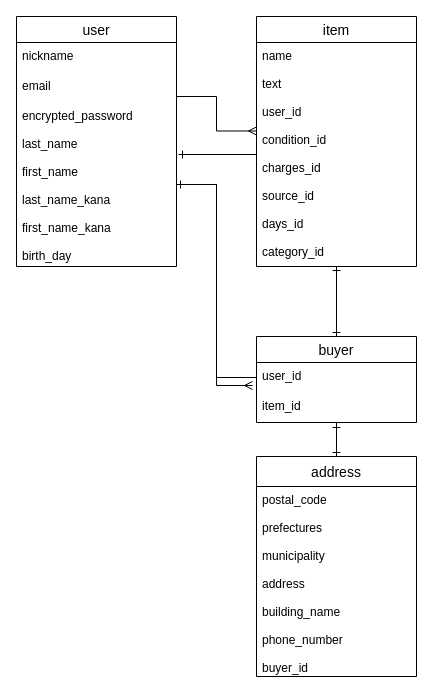
This is ER.dio from nakakou0703/furima-34877-, a draw.io file, before an edit. Source tidied: cells renumbered, new cells numbered last; positions are measured from the earlier drawing's top-left corner, leaving out a move shared by most shapes. Both pictures are drawn from the tidied source at 100%, with x=0, y=0 at pixel (16, 16).
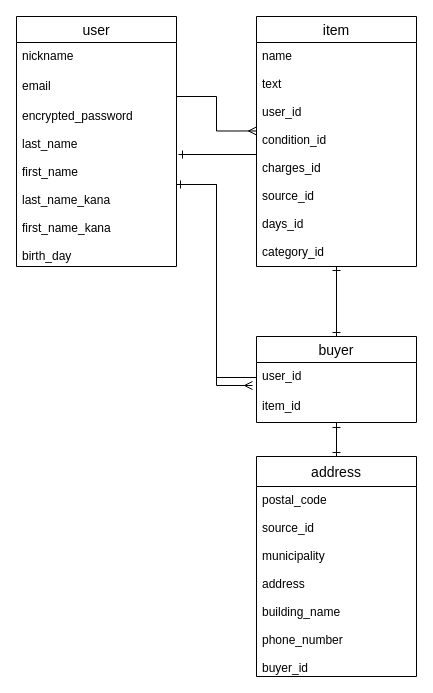
After the change.

Commit message (it also covers changes not shown here):
ER図・README作成（修正３回目）

Unchanged cells that the change refers to:
```xml
<mxCell id="15" value="address" style="swimlane;fontStyle=0;horizontal=1;startSize=30;align=center;fontSize=14;" parent="1" vertex="1">
  <mxGeometry x="240" y="440" width="160" height="220" as="geometry" />
</mxCell>
```

The edit, as a diff of the source:
```diff
@@
-    <mxCell id="16" value="postal_code&#10;&#10;prefectures&#10;&#10;municipality&#10;&#10;address&#10;&#10;building_name&#10;&#10;phone_number&#10;&#10;buyer_id&#10;" style="text;strokeColor=none;fillColor=none;spacingLeft=4;spacingRight=4;overflow=hidden;fontSize=12;" parent="15" vertex="1">
+    <mxCell id="16" value="postal_code&#10;&#10;source_id&#10;&#10;municipality&#10;&#10;address&#10;&#10;building_name&#10;&#10;phone_number&#10;&#10;buyer_id&#10;" style="text;strokeColor=none;fillColor=none;spacingLeft=4;spacingRight=4;overflow=hidden;fontSize=12;" parent="15" vertex="1">
       <mxGeometry y="30" width="160" height="190" as="geometry" />
     </mxCell>
```
